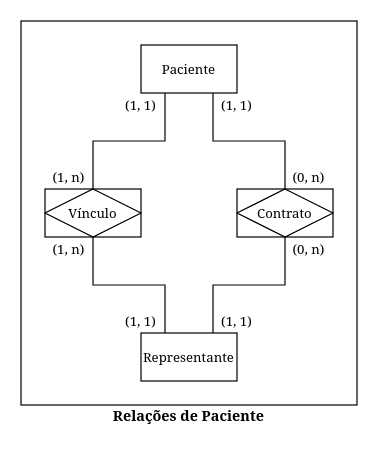
This is page "der" (1 of 3) of docs/diagramas.drawio from therapies-love-kids/nexus, a draw.io file, before an edit. Source tidied: cells renumbered, new cells numbered last; positions are measured from the earlier drawing's top-left corner, leaving out a move shared by most shapes. Both pictures are drawn from the tidied source at 120%, with x=0, y=0 at pixel (20, 20).
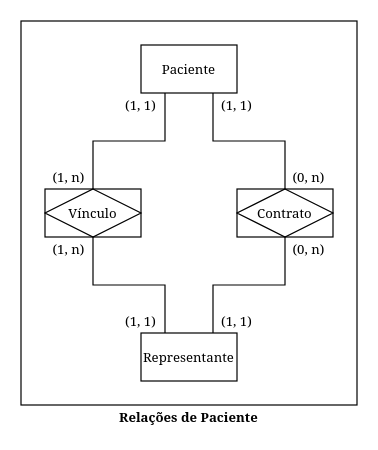
Above is the later version.

The edit, as a diff of the source:
```diff
@@
-    <mxCell id="19" value="Relações de Paciente" style="text;html=1;align=center;verticalAlign=middle;whiteSpace=wrap;rounded=0;fontStyle=1;fontFamily=Georgia;fontSize=12;" parent="1" vertex="1">
+    <mxCell id="19" value="Relações de Paciente" style="text;html=1;align=center;verticalAlign=middle;whiteSpace=wrap;rounded=0;fontStyle=1;fontFamily=Georgia;fontSize=11;" parent="1" vertex="1">
       <mxGeometry x="60" y="320" width="160" height="20" as="geometry" />
     </mxCell>
```
